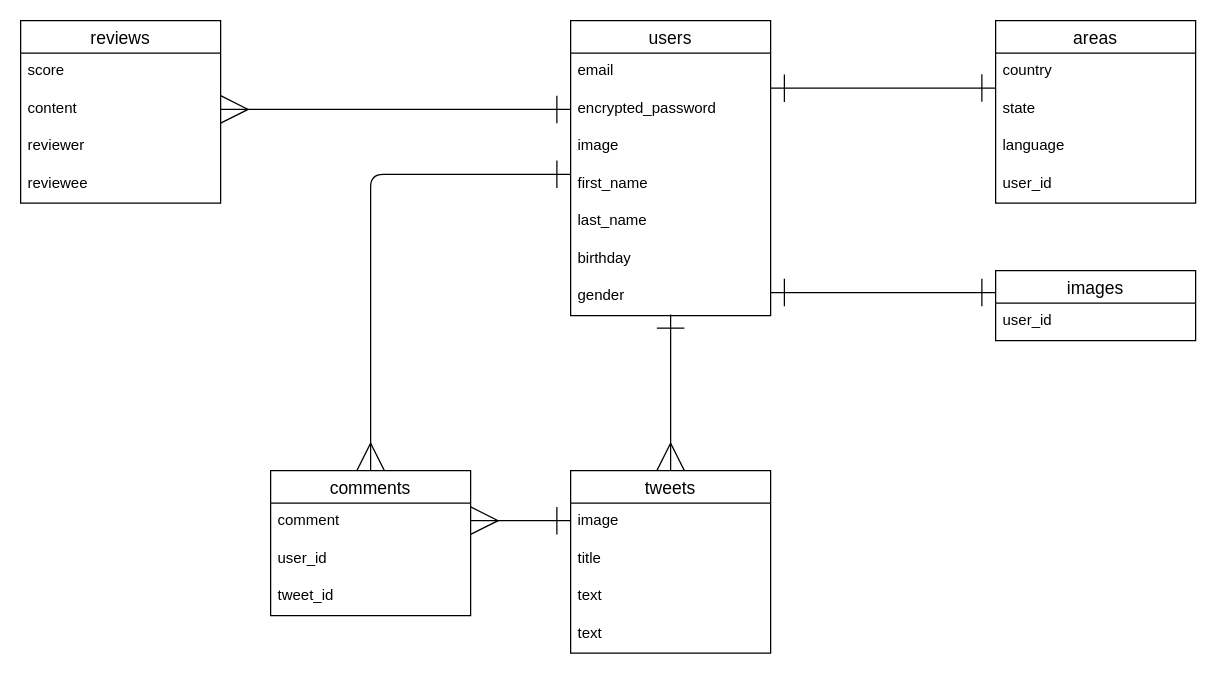
This is trip.dio from oramubon/trip_app, a draw.io file, before an edit. Source tidied: cells renumbered, new cells numbered last; positions are measured from the earlier drawing's top-left corner, leaving out a move shared by most shapes. Both pictures are drawn from the tidied source at 125%, with x=0, y=0 at pixel (20, 20).
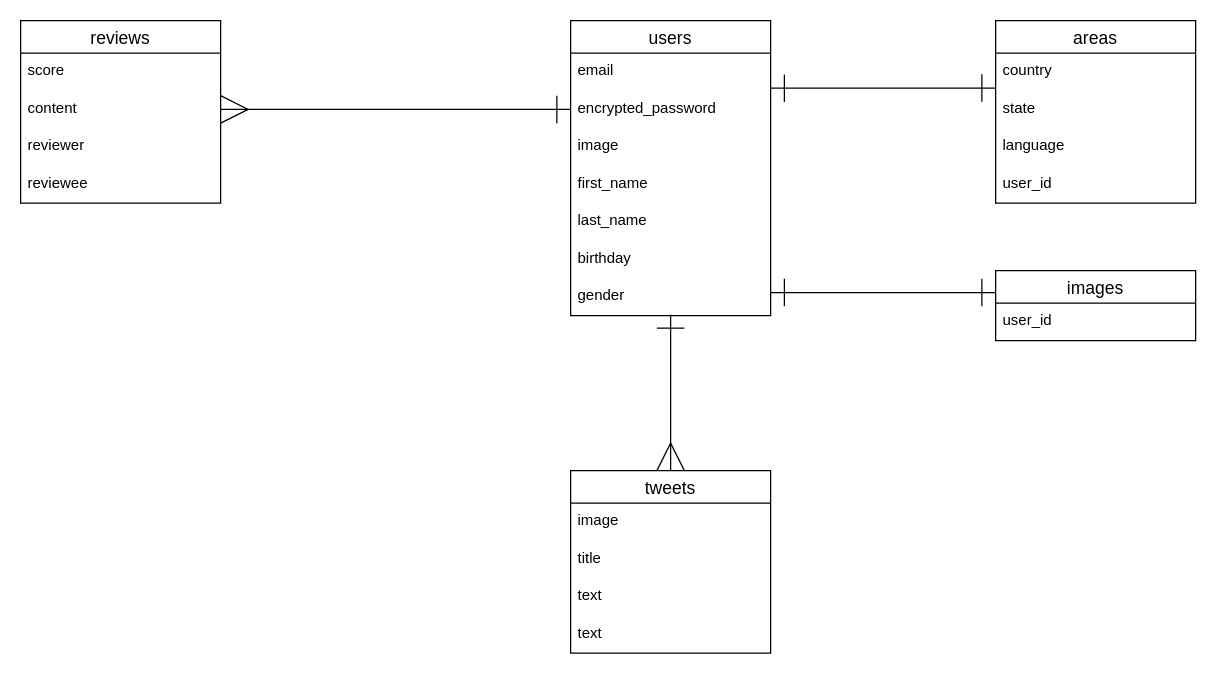
After the change.

Commit message (it also covers changes not shown here):
コメントテーブル不採用

Unchanged cells that the change refers to:
```xml
<mxCell id="6" value="first_name" style="text;strokeColor=none;fillColor=none;spacingLeft=4;spacingRight=4;overflow=hidden;points=[[0,0.5],[1,0.5]];portConstraint=eastwest;fontSize=12;" parent="2" vertex="1">
  <mxGeometry y="116" width="160" height="30" as="geometry" />
</mxCell>
```

Diff of the diagram source:
```diff
@@
-    <mxCell id="25" value="comments" style="swimlane;fontStyle=0;horizontal=1;startSize=26;align=center;fontSize=14;" parent="1" vertex="1">
-      <mxGeometry x="200" y="360" width="160" height="116" as="geometry" />
-    </mxCell>
-    <mxCell id="26" value="comment" style="text;strokeColor=none;fillColor=none;spacingLeft=4;spacingRight=4;overflow=hidden;fontSize=12;" parent="25" vertex="1">
-      <mxGeometry y="26" width="160" height="30" as="geometry" />
-    </mxCell>
-    <mxCell id="27" value="user_id" style="text;strokeColor=none;fillColor=none;spacingLeft=4;spacingRight=4;overflow=hidden;fontSize=12;" parent="25" vertex="1">
-      <mxGeometry y="56" width="160" height="30" as="geometry" />
-    </mxCell>
-    <mxCell id="28" value="tweet_id" style="text;strokeColor=none;fillColor=none;spacingLeft=4;spacingRight=4;overflow=hidden;fontSize=12;" parent="25" vertex="1">
-      <mxGeometry y="86" width="160" height="30" as="geometry" />
-    </mxCell>
-    <mxCell id="29" style="endArrow=ERone;html=1;rounded=0;startArrow=ERmany;startFill=0;endFill=0;endSize=20;startSize=20;" parent="1" edge="1">
-      <mxGeometry relative="1" as="geometry">
-        <mxPoint x="360" y="400" as="sourcePoint" />
-        <mxPoint x="440" y="400" as="targetPoint" />
-      </mxGeometry>
-    </mxCell>
-    <mxCell id="30" style="fontSize=12;html=1;endArrow=ERone;startArrow=ERmany;exitX=0.5;exitY=0;exitDx=0;exitDy=0;entryX=0;entryY=0.233;entryDx=0;entryDy=0;entryPerimeter=0;endFill=0;endSize=20;startSize=20;" parent="1" edge="1" source="25" target="6">
-      <mxGeometry relative="1" as="geometry">
-        <Array as="points">
-          <mxPoint x="280" y="123" />
-        </Array>
-      </mxGeometry>
-    </mxCell>
```
